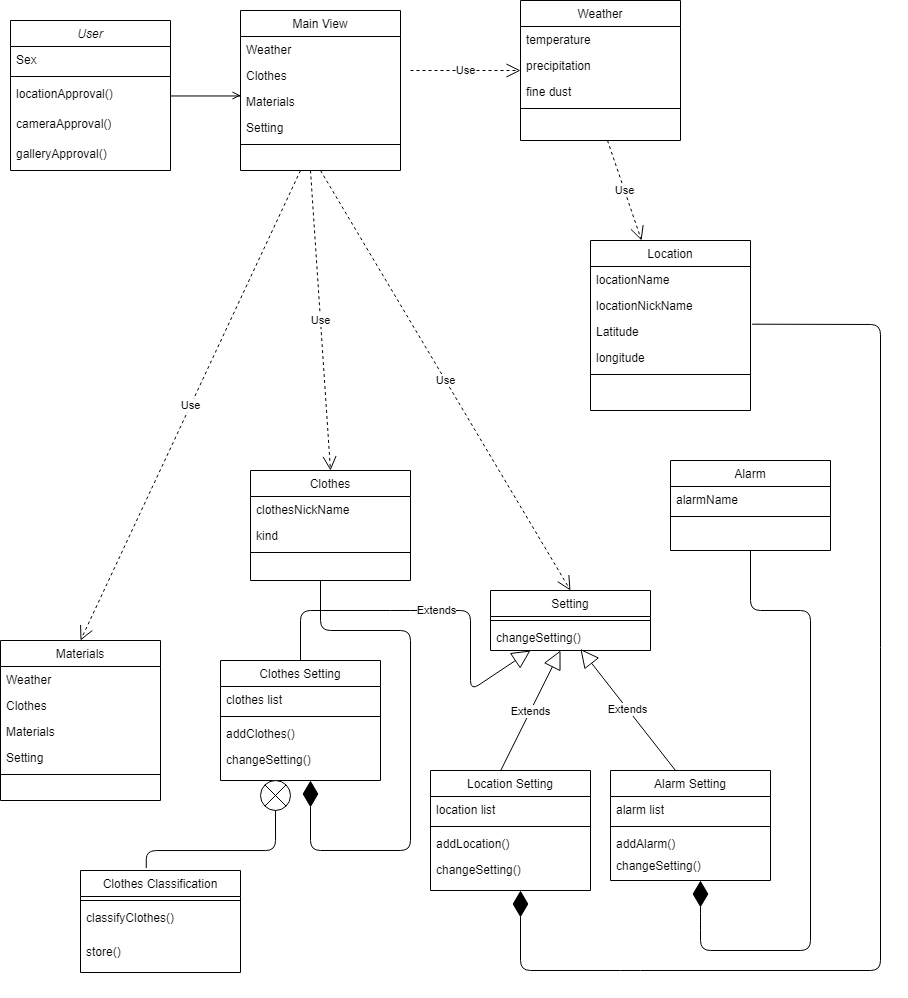
kong430/Moning-diagram keeps this draw.io diagram as class1.png. Above is the earlier version. Source tidied: cells renumbered, new cells last; positions are measured from the earlier drawing's top-left corner, leaving out a move shared by most shapes.
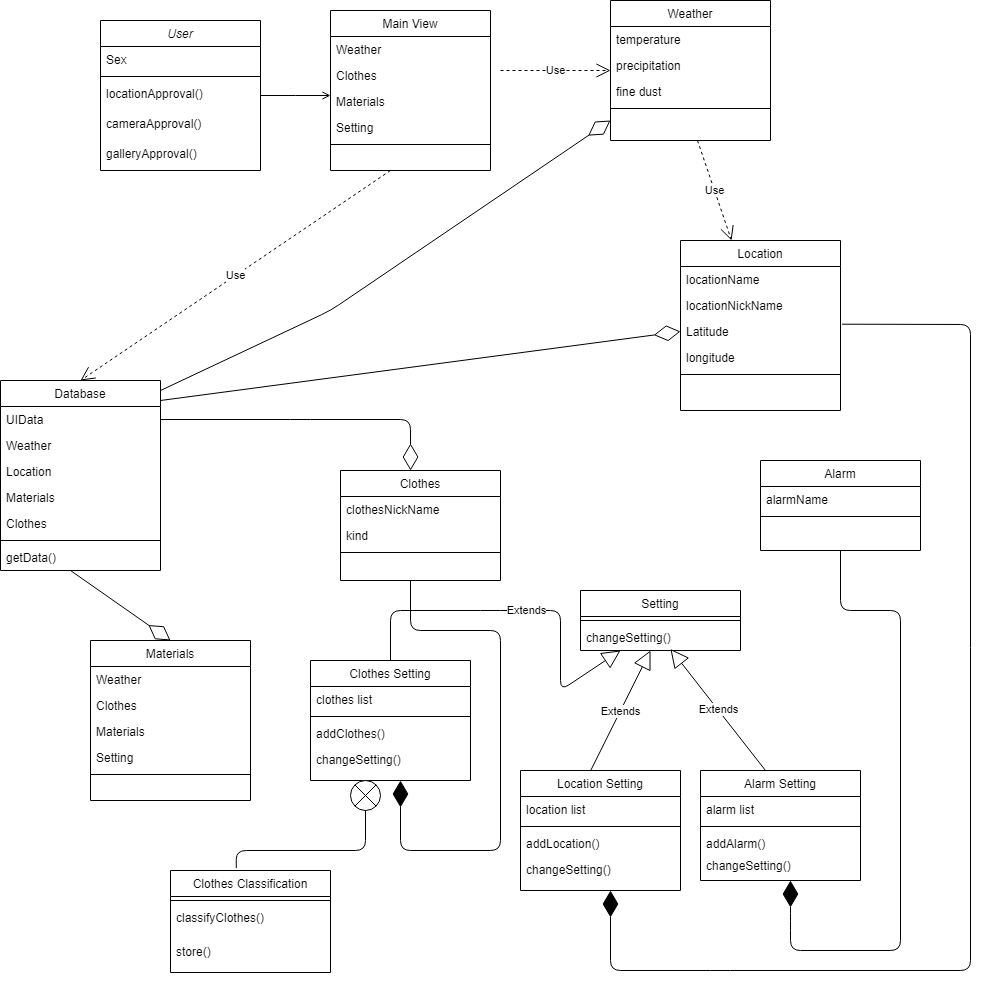
After the commit.

Change to the diagram source:
```diff
@@ -38,11 +38,6 @@
     <mxCell id="13" style="line;html=1;strokeWidth=1;align=left;verticalAlign=middle;spacingTop=-1;spacingLeft=3;spacingRight=3;labelPosition=right;" parent="8" vertex="1">
       <mxGeometry y="130" width="160" height="8" as="geometry" />
     </mxCell>
-    <mxCell id="14" value="Use" style="endArrow=open;endSize=12;dashed=1;html=1;entryX=0.5;entryY=0;entryDx=0;entryDy=0;" parent="8" edge="1" target="16">
-      <mxGeometry relative="1" as="geometry">
-        <mxPoint x="70" y="160" as="sourcePoint" />
-      </mxGeometry>
-    </mxCell>
     <mxCell id="15" style="endArrow=open;shadow=0;strokeWidth=1;rounded=0;endFill=1;edgeStyle=elbowEdgeStyle;elbow=vertical;" parent="1" edge="1" source="2">
       <mxGeometry x="0.5" y="41" relative="1" as="geometry">
         <mxPoint x="240" y="95" as="targetPoint" />
@@ -123,7 +118,7 @@
     <mxCell id="38" style="line;html=1;strokeWidth=1;align=left;verticalAlign=middle;spacingTop=-1;spacingLeft=3;spacingRight=3;labelPosition=right;" parent="33" vertex="1">
       <mxGeometry y="130" width="160" height="8" as="geometry" />
     </mxCell>
-    <mxCell id="39" value="Use" style="endArrow=open;endSize=12;dashed=1;html=1;entryX=0.5;entryY=0;entryDx=0;entryDy=0;" parent="1" edge="1" target="33">
+    <mxCell id="39" value="Use" style="endArrow=open;endSize=12;dashed=1;html=1;entryX=0.5;entryY=0;entryDx=0;entryDy=0;" parent="1" edge="1" target="74">
       <mxGeometry relative="1" as="geometry">
         <mxPoint x="300" y="170" as="sourcePoint" />
       </mxGeometry>
@@ -137,9 +132,6 @@
     <mxCell id="42" value="changeSetting()" style="text;align=left;verticalAlign=top;spacingLeft=4;spacingRight=4;overflow=hidden;points=[[0,0.5],[1,0.5]];portConstraint=eastwest;" parent="40" vertex="1">
       <mxGeometry y="34" width="160" height="22" as="geometry" />
     </mxCell>
-    <mxCell id="43" value="Use" style="endArrow=open;endSize=12;dashed=1;html=1;entryX=0.5;entryY=0;entryDx=0;entryDy=0;exitX=0.5;exitY=1;exitDx=0;exitDy=0;" parent="1" edge="1" source="8" target="40">
-      <mxGeometry relative="1" as="geometry" />
-    </mxCell>
     <mxCell id="44" value="Extends" style="endArrow=block;endSize=16;endFill=0;html=1;exitX=0.437;exitY=0.005;exitDx=0;exitDy=0;exitPerimeter=0;" parent="1" edge="1" source="45">
       <mxGeometry relative="1" as="geometry">
         <mxPoint x="560" y="650" as="targetPoint" />
@@ -272,5 +264,56 @@
         </Array>
       </mxGeometry>
     </mxCell>
+    <mxCell id="74" value="Database" style="swimlane;fontStyle=0;align=center;verticalAlign=top;horizontal=1;startSize=26;rounded=0;shadow=0;strokeWidth=1;" parent="1" vertex="1">
+      <mxGeometry x="-90" y="380" width="160" height="190" as="geometry" />
+    </mxCell>
+    <mxCell id="75" value="UIData" style="text;align=left;verticalAlign=top;spacingLeft=4;spacingRight=4;overflow=hidden;points=[[0,0.5],[1,0.5]];portConstraint=eastwest;rounded=0;shadow=0;html=0;" parent="74" vertex="1">
+      <mxGeometry y="26" width="160" height="26" as="geometry" />
+    </mxCell>
+    <mxCell id="76" value="Weather" style="text;align=left;verticalAlign=top;spacingLeft=4;spacingRight=4;overflow=hidden;" parent="74" vertex="1">
+      <mxGeometry y="52" width="160" height="26" as="geometry" />
+    </mxCell>
+    <mxCell id="77" value="Location" style="text;align=left;verticalAlign=top;spacingLeft=4;spacingRight=4;overflow=hidden;" parent="74" vertex="1">
+      <mxGeometry y="78" width="160" height="26" as="geometry" />
+    </mxCell>
+    <mxCell id="78" value="Materials" style="text;align=left;verticalAlign=top;spacingLeft=4;spacingRight=4;overflow=hidden;rounded=0;shadow=0;html=0;" parent="74" vertex="1">
+      <mxGeometry y="104" width="160" height="26" as="geometry" />
+    </mxCell>
+    <mxCell id="79" value="Clothes" style="text;align=left;verticalAlign=top;spacingLeft=4;spacingRight=4;overflow=hidden;rounded=0;shadow=0;html=0;" parent="74" vertex="1">
+      <mxGeometry y="130" width="160" height="26" as="geometry" />
+    </mxCell>
+    <mxCell id="80" style="line;html=1;strokeWidth=1;align=left;verticalAlign=middle;spacingTop=-1;spacingLeft=3;spacingRight=3;labelPosition=right;" parent="74" vertex="1">
+      <mxGeometry y="156" width="160" height="8" as="geometry" />
+    </mxCell>
+    <mxCell id="81" value="getData()" style="text;align=left;verticalAlign=top;spacingLeft=4;spacingRight=4;overflow=hidden;rounded=0;shadow=0;html=0;" parent="74" vertex="1">
+      <mxGeometry y="164" width="160" height="26" as="geometry" />
+    </mxCell>
+    <mxCell id="82" style="endArrow=diamondThin;endFill=0;endSize=24;html=1;entryX=0.438;entryY=0;entryDx=0;entryDy=0;entryPerimeter=0;exitX=1;exitY=0.5;exitDx=0;exitDy=0;" parent="1" edge="1" source="75" target="16">
+      <mxGeometry relative="1" as="geometry">
+        <Array as="points">
+          <mxPoint x="210" y="419" />
+          <mxPoint x="320" y="419" />
+        </Array>
+      </mxGeometry>
+    </mxCell>
+    <mxCell id="83" style="endArrow=diamondThin;endFill=0;endSize=24;html=1;exitX=1;exitY=0.5;exitDx=0;exitDy=0;" parent="1" edge="1">
+      <mxGeometry relative="1" as="geometry">
+        <mxPoint x="70" y="390" as="sourcePoint" />
+        <mxPoint x="520" y="120" as="targetPoint" />
+        <Array as="points">
+          <mxPoint x="240" y="310" />
+        </Array>
+      </mxGeometry>
+    </mxCell>
+    <mxCell id="84" style="endArrow=diamondThin;endFill=0;endSize=24;html=1;entryX=0.5;entryY=0;entryDx=0;entryDy=0;" parent="1" edge="1" target="33">
+      <mxGeometry relative="1" as="geometry">
+        <mxPoint x="-20" y="570" as="sourcePoint" />
+      </mxGeometry>
+    </mxCell>
+    <mxCell id="85" style="endArrow=diamondThin;endFill=0;endSize=24;html=1;entryX=0;entryY=0.5;entryDx=0;entryDy=0;" parent="1" edge="1" target="23">
+      <mxGeometry relative="1" as="geometry">
+        <mxPoint x="70" y="400" as="sourcePoint" />
+      </mxGeometry>
+    </mxCell>
   </root>
 </mxGraphModel>
```
